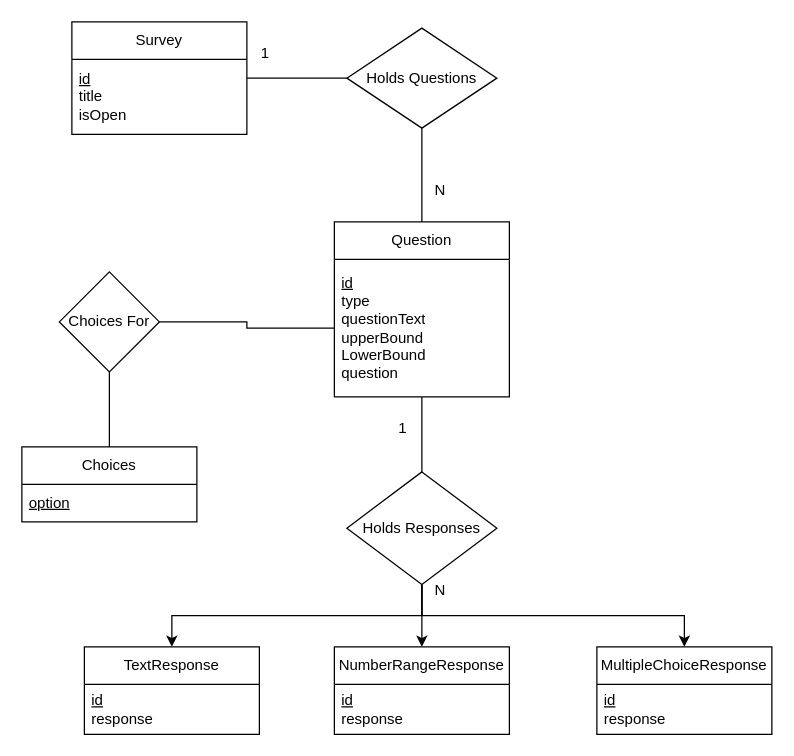
Before: docs/temp_schema.drawio.xml in elyssagrant/SYSC4806-Group-Project, a draw.io diagram. Source tidied: cells renumbered, new cells numbered last; positions are measured from the earlier drawing's top-left corner, leaving out a move shared by most shapes. Both pictures are drawn from the tidied source at 125%, with x=0, y=0 at pixel (21, 21).
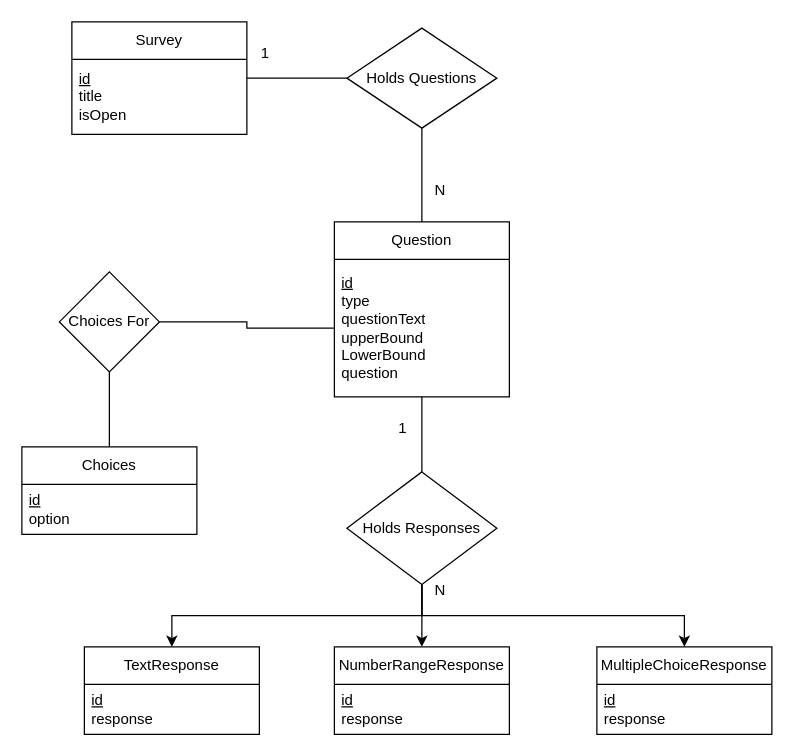
The same page after the edit.

Commit message (it also covers changes not shown here):
Fixed choices to have an id

Diff of the diagram source:
```diff
@@
     <mxCell id="27" value="Choices" style="swimlane;fontStyle=0;horizontal=1;startSize=30;whiteSpace=wrap;html=1;" parent="1" vertex="1">
-      <mxGeometry y="340" width="140" height="60" as="geometry" />
+      <mxGeometry y="340" width="140" height="70" as="geometry" />
     </mxCell>
-    <mxCell id="28" value="&lt;u&gt;option&lt;/u&gt;" style="text;strokeColor=none;fillColor=none;align=left;verticalAlign=middle;spacingLeft=4;spacingRight=4;overflow=hidden;whiteSpace=wrap;html=1;" parent="27" vertex="1">
-      <mxGeometry y="30" width="140" height="30" as="geometry" />
+    <mxCell id="28" value="&lt;u&gt;id&lt;/u&gt;&lt;div&gt;option&lt;/div&gt;" style="text;strokeColor=none;fillColor=none;align=left;verticalAlign=middle;spacingLeft=4;spacingRight=4;overflow=hidden;whiteSpace=wrap;html=1;" parent="27" vertex="1">
+      <mxGeometry y="30" width="140" height="40" as="geometry" />
     </mxCell>
```
